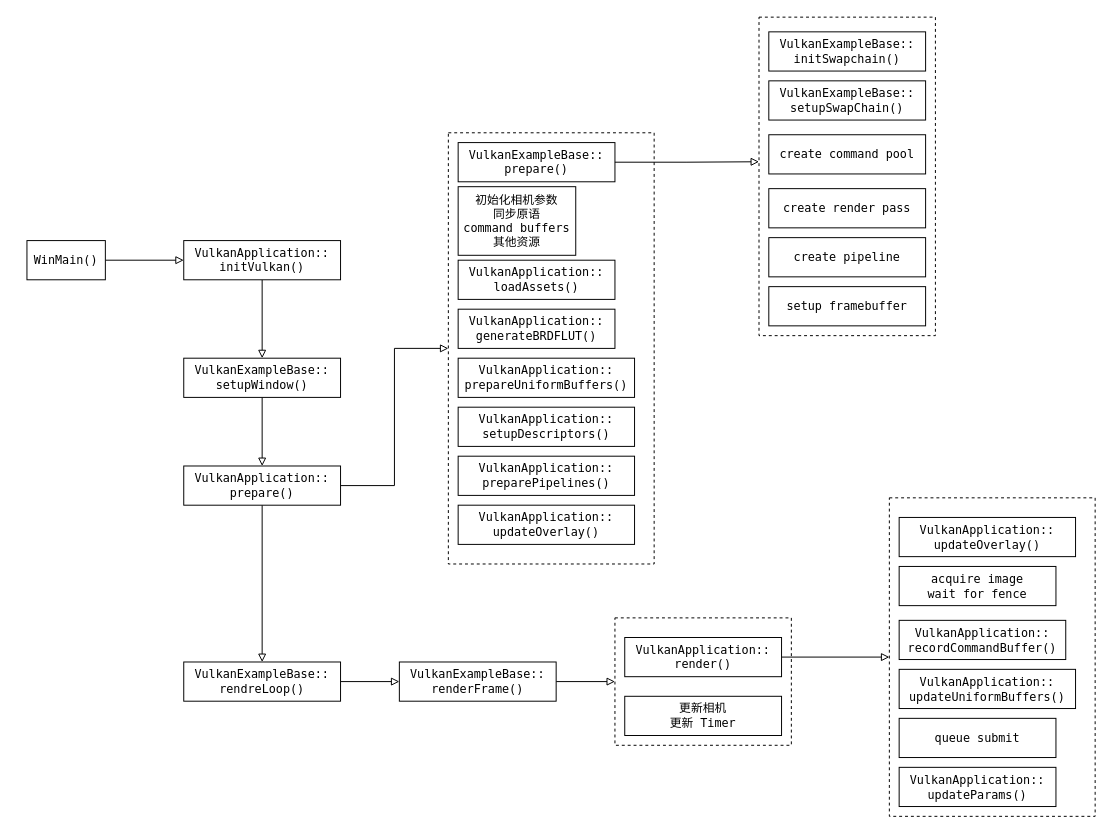
Above: page "call graph" (1 of 2) of doc/vulkan-gltf-pbr.drawio in acccoco/Render-Rust-vk-Truvis (draw.io), before the change. Source tidied: cells renumbered, new cells numbered last; positions are measured from the earlier drawing's top-left corner, leaving out a move shared by most shapes. Both pictures are drawn from the tidied source at 98%, with x=0, y=0 at pixel (26, 17).
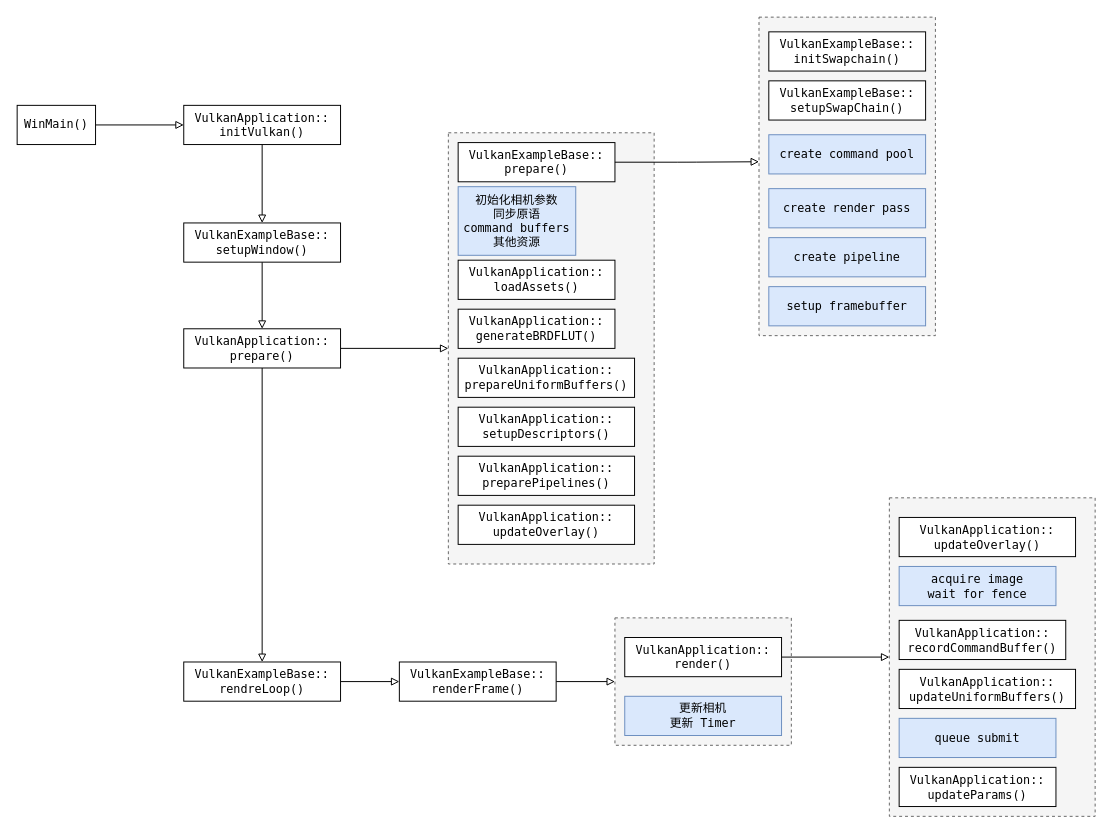
The same page after the edit.

Commit message (it also covers changes not shown here):
TODO 继续绘制 VulkanApplication 的类图

Unchanged cells that the change refers to:
```xml
<mxCell id="14" value="VulkanExampleBase::&lt;br&gt;rendreLoop()" style="rounded=0;whiteSpace=wrap;html=1;fontFamily=Lucida Console;" parent="1" vertex="1">
  <mxGeometry x="160" y="658" width="160" height="40" as="geometry" />
</mxCell>
<mxCell id="15" value="VulkanExampleBase::&lt;br&gt;prepare()" style="rounded=0;whiteSpace=wrap;html=1;fontFamily=Lucida Console;" parent="1" vertex="1">
  <mxGeometry x="440" y="128" width="160" height="40" as="geometry" />
</mxCell>
<mxCell id="24" value="VulkanExampleBase::&lt;br&gt;renderFrame()" style="rounded=0;whiteSpace=wrap;html=1;fontFamily=Lucida Console;" parent="1" vertex="1">
  <mxGeometry x="380" y="658" width="160" height="40" as="geometry" />
</mxCell>
<mxCell id="26" value="VulkanApplication::&lt;br&gt;render()" style="rounded=0;whiteSpace=wrap;html=1;fontFamily=Lucida Console;" parent="1" vertex="1">
  <mxGeometry x="610" y="633" width="160" height="40" as="geometry" />
</mxCell>
```

The edit, as a diff of the source:
```diff
@@
-    <mxCell id="2" style="rounded=0;whiteSpace=wrap;html=1;dashed=1;" parent="1" vertex="1">
+    <mxCell id="2" style="rounded=0;whiteSpace=wrap;html=1;dashed=1;fillColor=#f5f5f5;fontColor=#333333;strokeColor=#666666;" parent="1" vertex="1">
       <mxGeometry x="600" y="613" width="180" height="130" as="geometry" />
     </mxCell>
-    <mxCell id="3" style="rounded=0;whiteSpace=wrap;html=1;dashed=1;" parent="1" vertex="1">
+    <mxCell id="3" style="rounded=0;whiteSpace=wrap;html=1;dashed=1;fillColor=#f5f5f5;fontColor=#333333;strokeColor=#666666;" parent="1" vertex="1">
       <mxGeometry x="430" y="118" width="210" height="440" as="geometry" />
     </mxCell>
-    <mxCell id="4" style="edgeStyle=orthogonalEdgeStyle;rounded=0;jettySize=auto;html=1;entryX=0;entryY=0.5;entryDx=0;entryDy=0;endArrow=block;endFill=0;" parent="1" edge="1" source="5" target="7">
+    <mxCell id="4" style="edgeStyle=orthogonalEdgeStyle;rounded=1;jettySize=auto;html=1;entryX=0;entryY=0.5;entryDx=0;entryDy=0;endArrow=block;endFill=0;curved=0;" parent="1" edge="1" source="5" target="7">
       <mxGeometry relative="1" as="geometry" />
     </mxCell>
     <mxCell id="5" value="WinMain()" style="rounded=0;whiteSpace=wrap;html=1;fontFamily=Lucida Console;" parent="1" vertex="1">
-      <mxGeometry y="228" width="80" height="40" as="geometry" />
+      <mxGeometry x="-10" y="90" width="80" height="40" as="geometry" />
     </mxCell>
-    <mxCell id="6" style="edgeStyle=orthogonalEdgeStyle;rounded=0;jettySize=auto;html=1;endArrow=block;endFill=0;" parent="1" edge="1" source="7" target="9">
+    <mxCell id="6" style="edgeStyle=orthogonalEdgeStyle;rounded=1;jettySize=auto;html=1;endArrow=block;endFill=0;curved=0;" parent="1" edge="1" source="7" target="9">
       <mxGeometry relative="1" as="geometry" />
     </mxCell>
     <mxCell id="7" value="VulkanApplication::&lt;br&gt;initVulkan()" style="rounded=0;whiteSpace=wrap;html=1;fontFamily=Lucida Console;" parent="1" vertex="1">
-      <mxGeometry x="160" y="228" width="160" height="40" as="geometry" />
+      <mxGeometry x="160" y="90" width="160" height="40" as="geometry" />
     </mxCell>
-    <mxCell id="8" style="edgeStyle=orthogonalEdgeStyle;rounded=0;jettySize=auto;html=1;exitX=0.5;exitY=1;exitDx=0;exitDy=0;endArrow=block;endFill=0;" parent="1" edge="1" source="9" target="12">
+    <mxCell id="8" style="edgeStyle=orthogonalEdgeStyle;rounded=1;jettySize=auto;html=1;exitX=0.5;exitY=1;exitDx=0;exitDy=0;endArrow=block;endFill=0;curved=0;" parent="1" edge="1" source="9" target="12">
       <mxGeometry relative="1" as="geometry" />
     </mxCell>
     <mxCell id="9" value="VulkanExampleBase::&lt;br style=&quot;border-color: var(--border-color);&quot;&gt;setupWindow()" style="rounded=0;whiteSpace=wrap;html=1;fontFamily=Lucida Console;" parent="1" vertex="1">
-      <mxGeometry x="160" y="348" width="160" height="40" as="geometry" />
+      <mxGeometry x="160" y="210" width="160" height="40" as="geometry" />
     </mxCell>
-    <mxCell id="10" style="edgeStyle=orthogonalEdgeStyle;rounded=0;jettySize=auto;html=1;endArrow=block;endFill=0;" parent="1" edge="1" source="12" target="14">
+    <mxCell id="10" style="edgeStyle=orthogonalEdgeStyle;rounded=1;jettySize=auto;html=1;endArrow=block;endFill=0;curved=0;" parent="1" edge="1" source="12" target="14">
       <mxGeometry relative="1" as="geometry" />
     </mxCell>
-    <mxCell id="11" style="edgeStyle=orthogonalEdgeStyle;rounded=0;jettySize=auto;html=1;endArrow=block;endFill=0;" parent="1" edge="1" source="12" target="3">
+    <mxCell id="11" style="edgeStyle=orthogonalEdgeStyle;rounded=1;jettySize=auto;html=1;endArrow=block;endFill=0;curved=0;" parent="1" edge="1" source="12" target="3">
       <mxGeometry relative="1" as="geometry" />
     </mxCell>
     <mxCell id="12" value="VulkanApplication::&lt;br&gt;prepare()" style="rounded=0;whiteSpace=wrap;html=1;fontFamily=Lucida Console;" parent="1" vertex="1">
-      <mxGeometry x="160" y="458" width="160" height="40" as="geometry" />
+      <mxGeometry x="160" y="318" width="160" height="40" as="geometry" />
     </mxCell>
-    <mxCell id="13" style="edgeStyle=orthogonalEdgeStyle;rounded=0;jettySize=auto;html=1;endArrow=block;endFill=0;" parent="1" edge="1" source="14" target="24">
+    <mxCell id="13" style="edgeStyle=orthogonalEdgeStyle;rounded=1;jettySize=auto;html=1;endArrow=block;endFill=0;curved=0;" parent="1" edge="1" source="14" target="24">
       <mxGeometry relative="1" as="geometry" />
     </mxCell>
@@
-    <mxCell id="16" value="初始化相机参数&lt;br&gt;同步原语&lt;br&gt;command buffers&lt;br&gt;其他资源" style="whiteSpace=wrap;html=1;fontFamily=Lucida Console;rounded=0;" parent="1" vertex="1">
+    <mxCell id="16" value="初始化相机参数&lt;br&gt;同步原语&lt;br&gt;command buffers&lt;br&gt;其他资源" style="whiteSpace=wrap;html=1;fontFamily=Lucida Console;rounded=0;fillColor=#dae8fc;strokeColor=#6c8ebf;" parent="1" vertex="1">
       <mxGeometry x="440" y="173" width="120" height="70" as="geometry" />
     </mxCell>
@@
-    <mxCell id="23" style="edgeStyle=orthogonalEdgeStyle;rounded=0;jettySize=auto;html=1;entryX=0;entryY=0.5;entryDx=0;entryDy=0;endArrow=block;endFill=0;" parent="1" edge="1" source="24" target="2">
+    <mxCell id="23" style="edgeStyle=orthogonalEdgeStyle;rounded=1;jettySize=auto;html=1;entryX=0;entryY=0.5;entryDx=0;entryDy=0;endArrow=block;endFill=0;curved=0;" parent="1" edge="1" source="24" target="2">
       <mxGeometry relative="1" as="geometry" />
     </mxCell>
@@
-    <mxCell id="25" style="edgeStyle=orthogonalEdgeStyle;rounded=0;jettySize=auto;html=1;endArrow=block;endFill=0;" parent="1" edge="1" source="26" target="28">
+    <mxCell id="25" style="edgeStyle=orthogonalEdgeStyle;rounded=1;jettySize=auto;html=1;endArrow=block;endFill=0;curved=0;" parent="1" edge="1" source="26" target="28">
       <mxGeometry relative="1" as="geometry" />
     </mxCell>
@@
-    <mxCell id="27" value="更新相机&lt;br&gt;更新 Timer" style="rounded=0;whiteSpace=wrap;html=1;fontFamily=Lucida Console;" parent="1" vertex="1">
+    <mxCell id="27" value="更新相机&lt;br&gt;更新 Timer" style="rounded=0;whiteSpace=wrap;html=1;fontFamily=Lucida Console;fillColor=#dae8fc;strokeColor=#6c8ebf;" parent="1" vertex="1">
       <mxGeometry x="610" y="693" width="160" height="40" as="geometry" />
     </mxCell>
-    <mxCell id="28" style="rounded=0;whiteSpace=wrap;html=1;dashed=1;" parent="1" vertex="1">
+    <mxCell id="28" style="rounded=0;whiteSpace=wrap;html=1;dashed=1;fillColor=#f5f5f5;fontColor=#333333;strokeColor=#666666;" parent="1" vertex="1">
       <mxGeometry x="880" y="490.5" width="210" height="325" as="geometry" />
     </mxCell>
-    <mxCell id="29" value="acquire image&lt;br&gt;wait for fence" style="rounded=0;whiteSpace=wrap;html=1;fontFamily=Lucida Console;" parent="1" vertex="1">
+    <mxCell id="29" value="acquire image&lt;br&gt;wait for fence" style="rounded=0;whiteSpace=wrap;html=1;fontFamily=Lucida Console;fillColor=#dae8fc;strokeColor=#6c8ebf;" parent="1" vertex="1">
       <mxGeometry x="890" y="560.5" width="160" height="40" as="geometry" />
     </mxCell>
@@
-    <mxCell id="32" value="queue submit" style="rounded=0;whiteSpace=wrap;html=1;fontFamily=Lucida Console;" parent="1" vertex="1">
+    <mxCell id="32" value="queue submit" style="rounded=0;whiteSpace=wrap;html=1;fontFamily=Lucida Console;fillColor=#dae8fc;strokeColor=#6c8ebf;" parent="1" vertex="1">
       <mxGeometry x="890" y="715.5" width="160" height="40" as="geometry" />
     </mxCell>
@@
-    <mxCell id="35" style="rounded=0;whiteSpace=wrap;html=1;dashed=1;" parent="1" vertex="1">
+    <mxCell id="35" style="rounded=0;whiteSpace=wrap;html=1;dashed=1;fillColor=#f5f5f5;fontColor=#333333;strokeColor=#666666;" parent="1" vertex="1">
       <mxGeometry x="747" width="180" height="325" as="geometry" />
     </mxCell>
-    <mxCell id="36" style="edgeStyle=orthogonalEdgeStyle;rounded=0;jettySize=auto;html=1;entryX=0;entryY=0.454;entryDx=0;entryDy=0;entryPerimeter=0;endArrow=block;endFill=0;" parent="1" edge="1" source="15" target="35">
+    <mxCell id="36" style="edgeStyle=orthogonalEdgeStyle;rounded=1;jettySize=auto;html=1;entryX=0;entryY=0.454;entryDx=0;entryDy=0;entryPerimeter=0;endArrow=block;endFill=0;curved=0;" parent="1" edge="1" source="15" target="35">
       <mxGeometry relative="1" as="geometry" />
     </mxCell>
@@
-    <mxCell id="39" value="create command pool" style="rounded=0;whiteSpace=wrap;html=1;fontFamily=Lucida Console;" parent="1" vertex="1">
+    <mxCell id="39" value="create command pool" style="rounded=0;whiteSpace=wrap;html=1;fontFamily=Lucida Console;fillColor=#dae8fc;strokeColor=#6c8ebf;" parent="1" vertex="1">
       <mxGeometry x="757" y="120" width="160" height="40" as="geometry" />
     </mxCell>
-    <mxCell id="40" value="create render pass" style="rounded=0;whiteSpace=wrap;html=1;fontFamily=Lucida Console;" parent="1" vertex="1">
+    <mxCell id="40" value="create render pass" style="rounded=0;whiteSpace=wrap;html=1;fontFamily=Lucida Console;fillColor=#dae8fc;strokeColor=#6c8ebf;" parent="1" vertex="1">
       <mxGeometry x="757" y="175" width="160" height="40" as="geometry" />
     </mxCell>
-    <mxCell id="41" value="create pipeline" style="rounded=0;whiteSpace=wrap;html=1;fontFamily=Lucida Console;" parent="1" vertex="1">
+    <mxCell id="41" value="create pipeline" style="rounded=0;whiteSpace=wrap;html=1;fontFamily=Lucida Console;fillColor=#dae8fc;strokeColor=#6c8ebf;" parent="1" vertex="1">
       <mxGeometry x="757" y="225" width="160" height="40" as="geometry" />
     </mxCell>
-    <mxCell id="42" value="setup framebuffer" style="rounded=0;whiteSpace=wrap;html=1;fontFamily=Lucida Console;" parent="1" vertex="1">
+    <mxCell id="42" value="setup framebuffer" style="rounded=0;whiteSpace=wrap;html=1;fontFamily=Lucida Console;fillColor=#dae8fc;strokeColor=#6c8ebf;" parent="1" vertex="1">
       <mxGeometry x="757" y="275" width="160" height="40" as="geometry" />
     </mxCell>
```
